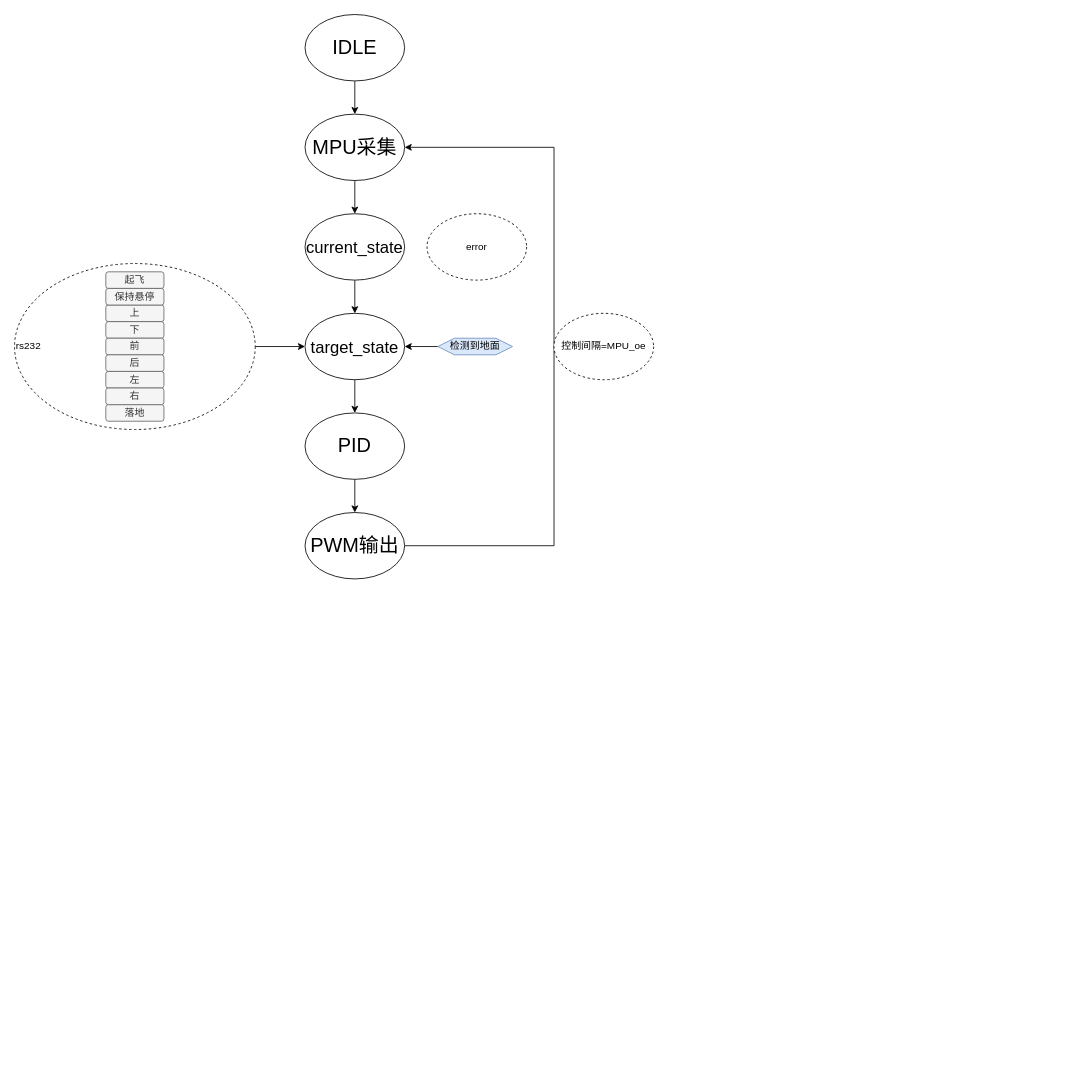
Earlier version of the draw.io diagram 设计资料/top层控制状态机设计图.drawio (MochChen/Quadcopte). Source tidied: cells renumbered, new cells numbered last; positions are measured from the earlier drawing's top-left corner, leaving out a move shared by most shapes. Both pictures are drawn from the tidied source at 83%, with x=0, y=0 at pixel (14, 14).
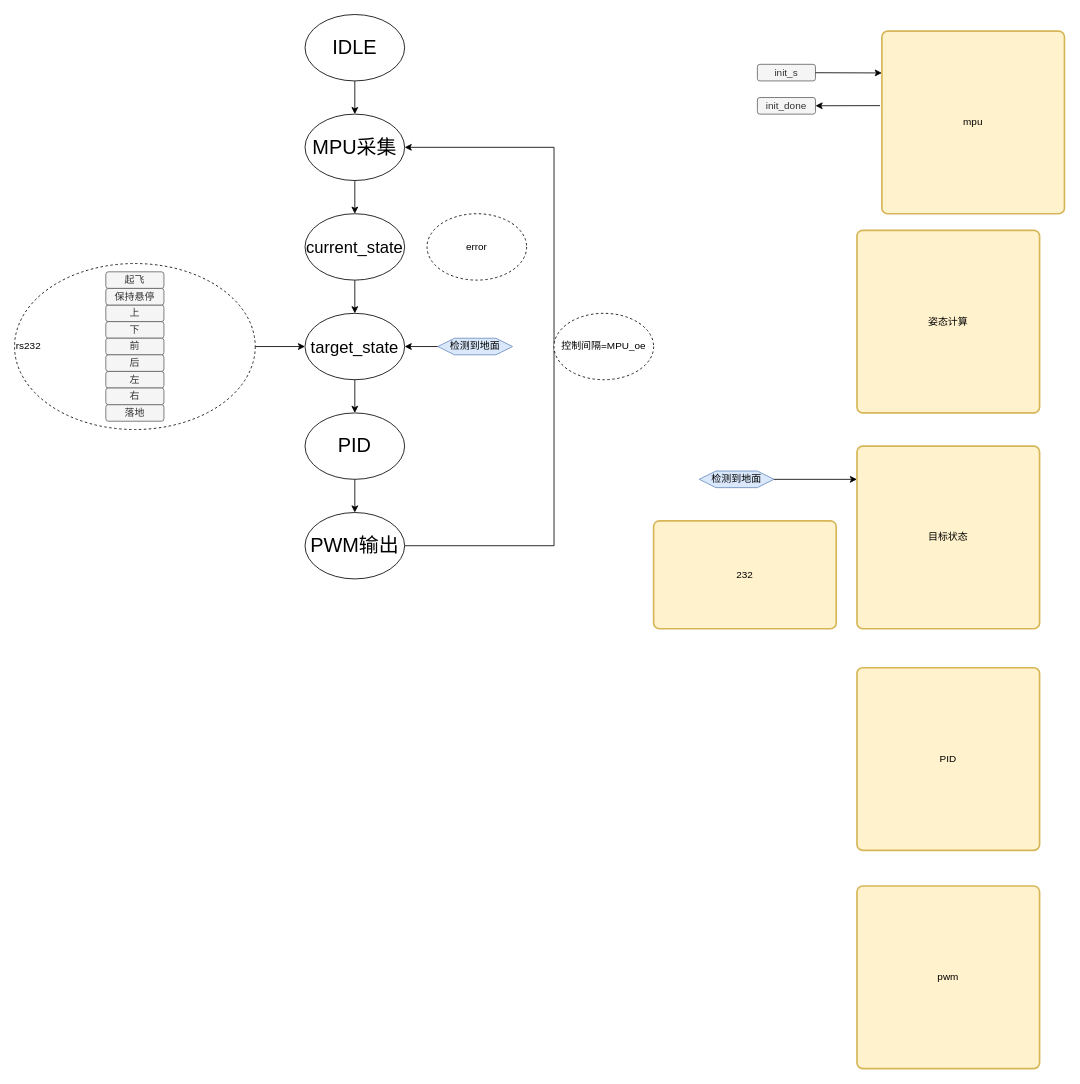
The same page after the edit.

The edit, as a diff of the source:
```diff
@@
+    <mxCell id="29" value="mpu" style="rounded=1;whiteSpace=wrap;html=1;absoluteArcSize=1;arcSize=14;strokeWidth=2;fillColor=#fff2cc;strokeColor=#d6b656;" parent="1" vertex="1">
+      <mxGeometry x="1045" y="20" width="220" height="220" as="geometry" />
+    </mxCell>
+    <mxCell id="30" value="姿态计算" style="rounded=1;whiteSpace=wrap;html=1;absoluteArcSize=1;arcSize=14;strokeWidth=2;fillColor=#fff2cc;strokeColor=#d6b656;" parent="1" vertex="1">
+      <mxGeometry x="1015" y="260" width="220" height="220" as="geometry" />
+    </mxCell>
+    <mxCell id="31" value="目标状态" style="rounded=1;whiteSpace=wrap;html=1;absoluteArcSize=1;arcSize=14;strokeWidth=2;fillColor=#fff2cc;strokeColor=#d6b656;" parent="1" vertex="1">
+      <mxGeometry x="1015" y="520" width="220" height="220" as="geometry" />
+    </mxCell>
+    <mxCell id="32" value="232" style="rounded=1;whiteSpace=wrap;html=1;absoluteArcSize=1;arcSize=14;strokeWidth=2;fillColor=#fff2cc;strokeColor=#d6b656;" parent="1" vertex="1">
+      <mxGeometry x="770" y="610" width="220" height="130" as="geometry" />
+    </mxCell>
+    <mxCell id="33" value="检测到地面" style="shape=hexagon;perimeter=hexagonPerimeter2;whiteSpace=wrap;html=1;fixedSize=1;fillColor=#dae8fc;strokeColor=#6c8ebf;" parent="1" vertex="1">
+      <mxGeometry x="825" y="550" width="90" height="20" as="geometry" />
+    </mxCell>
+    <mxCell id="34" style="edgeStyle=none;rounded=0;jettySize=auto;html=1;entryX=0;entryY=0.182;entryDx=0;entryDy=0;entryPerimeter=0;" parent="1" edge="1" source="33" target="31">
+      <mxGeometry relative="1" as="geometry" />
+    </mxCell>
+    <mxCell id="35" value="PID" style="rounded=1;whiteSpace=wrap;html=1;absoluteArcSize=1;arcSize=14;strokeWidth=2;fillColor=#fff2cc;strokeColor=#d6b656;" parent="1" vertex="1">
+      <mxGeometry x="1015" y="787" width="220" height="220" as="geometry" />
+    </mxCell>
+    <mxCell id="36" value="pwm" style="rounded=1;whiteSpace=wrap;html=1;absoluteArcSize=1;arcSize=14;strokeWidth=2;fillColor=#fff2cc;strokeColor=#d6b656;" parent="1" vertex="1">
+      <mxGeometry x="1015" y="1050" width="220" height="220" as="geometry" />
+    </mxCell>
+    <mxCell id="37" value="init_s" style="rounded=1;whiteSpace=wrap;html=1;fillColor=#f5f5f5;strokeColor=#666666;fontColor=#333333;" parent="1" vertex="1">
+      <mxGeometry x="895" y="60" width="70" height="20" as="geometry" />
+    </mxCell>
+    <mxCell id="38" style="edgeStyle=none;rounded=0;jettySize=auto;html=1;entryX=0;entryY=0.229;entryDx=0;entryDy=0;entryPerimeter=0;" parent="1" edge="1" source="37" target="29">
+      <mxGeometry relative="1" as="geometry" />
+    </mxCell>
+    <mxCell id="39" value="init_done" style="rounded=1;whiteSpace=wrap;html=1;fillColor=#f5f5f5;strokeColor=#666666;fontColor=#333333;" parent="1" vertex="1">
+      <mxGeometry x="895" y="100" width="70" height="20" as="geometry" />
+    </mxCell>
+    <mxCell id="40" style="rounded=0;jettySize=auto;html=1;entryX=-0.01;entryY=0.408;entryDx=0;entryDy=0;entryPerimeter=0;startArrow=classic;startFill=1;endArrow=none;endFill=0;" parent="1" edge="1" source="39" target="29">
+      <mxGeometry relative="1" as="geometry" />
+    </mxCell>
```
